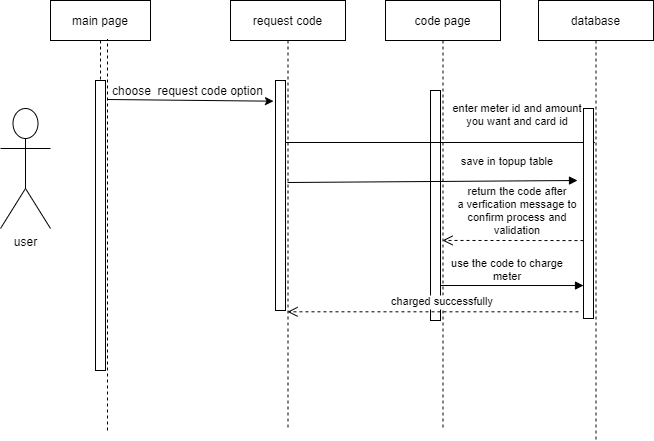
Earlier version of the draw.io export seqhcharge.png (shamaabuhassan/Charts). Source tidied: cells renumbered, new cells last; positions are measured from the earlier drawing's top-left corner, leaving out a move shared by most shapes.
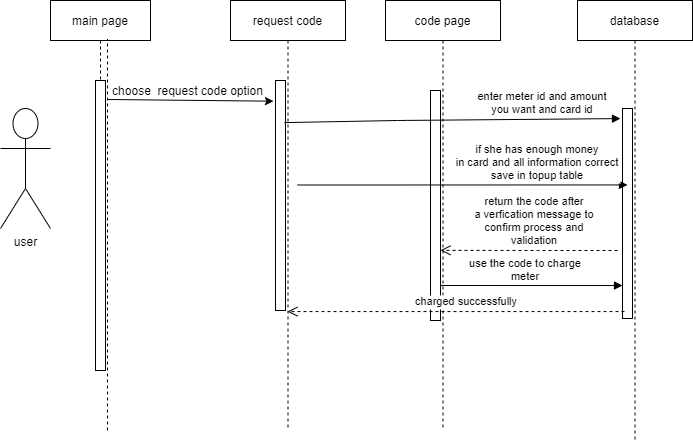
After the commit.

What changed in the source:
```diff
@@ -23,13 +23,20 @@
     <mxCell id="8" style="perimeter=orthogonalPerimeter;rounded=0;shadow=0;strokeWidth=1;" parent="7" vertex="1">
       <mxGeometry x="45" y="90" width="10" height="230" as="geometry" />
     </mxCell>
-    <mxCell id="9" value="enter meter id and amount&#10;you want and card id" style="verticalAlign=bottom;endArrow=block;shadow=0;strokeWidth=1;" parent="1" edge="1" target="12">
-      <mxGeometry x="0.5" y="12" relative="1" as="geometry">
-        <mxPoint x="285" y="142" as="sourcePoint" />
+    <mxCell id="9" value="enter meter id and amount&#10;you want and card id" style="verticalAlign=bottom;endArrow=block;shadow=0;strokeWidth=1;exitX=0.9;exitY=0.183;exitDx=0;exitDy=0;exitPerimeter=0;entryX=-0.2;entryY=0.048;entryDx=0;entryDy=0;entryPerimeter=0;" parent="1" edge="1" source="5" target="13">
+      <mxGeometry x="0.54" y="1" relative="1" as="geometry">
+        <Array as="points">
+          <mxPoint x="397" y="120" />
+        </Array>
       </mxGeometry>
     </mxCell>
-    <mxCell id="10" value="return the code after &#10;a verfication message to &#10;confirm process and &#10;validation" style="verticalAlign=bottom;endArrow=open;dashed=1;endSize=8;shadow=0;strokeWidth=1;entryX=0.496;entryY=0.558;entryDx=0;entryDy=0;entryPerimeter=0;exitX=0;exitY=0.629;exitDx=0;exitDy=0;exitPerimeter=0;" parent="1" edge="1" source="13" target="7">
-      <mxGeometry x="-0.06" y="-1" relative="1" as="geometry" />
+    <mxCell id="10" value="return the code after &#10;a verfication message to &#10;confirm process and &#10;validation" style="verticalAlign=bottom;endArrow=open;dashed=1;endSize=8;shadow=0;strokeWidth=1;entryX=0.478;entryY=0.581;entryDx=0;entryDy=0;entryPerimeter=0;" parent="1" edge="1" target="7">
+      <mxGeometry x="-0.06" y="-1" relative="1" as="geometry">
+        <mxPoint x="617" y="250" as="sourcePoint" />
+        <Array as="points">
+          <mxPoint x="527" y="250" />
+        </Array>
+      </mxGeometry>
     </mxCell>
     <mxCell id="11" value="use the code to charge&#10;meter" style="verticalAlign=bottom;endArrow=block;shadow=0;strokeWidth=1;entryX=0;entryY=0.843;entryDx=0;entryDy=0;entryPerimeter=0;" parent="1" edge="1" target="13">
       <mxGeometry x="-0.06" relative="1" as="geometry">
@@ -37,7 +44,7 @@
       </mxGeometry>
     </mxCell>
     <mxCell id="12" value="database" style="shape=umlLifeline;perimeter=lifelinePerimeter;rounded=0;shadow=0;strokeWidth=1;" parent="1" vertex="1">
-      <mxGeometry x="538" width="115" height="440" as="geometry" />
+      <mxGeometry x="577" width="115" height="440" as="geometry" />
     </mxCell>
     <mxCell id="13" style="points=[];perimeter=orthogonalPerimeter;rounded=0;shadow=0;strokeWidth=1;" parent="12" vertex="1">
       <mxGeometry x="45" y="108" width="10" height="210" as="geometry" />
@@ -56,16 +63,13 @@
     <mxCell id="16" value="choose&amp;nbsp; request code option" style="text;html=1;align=center;verticalAlign=middle;" parent="1" vertex="1">
       <mxGeometry x="102" y="80" width="170" height="20" as="geometry" />
     </mxCell>
-    <mxCell id="17" value="save in topup table" style="verticalAlign=bottom;endArrow=block;shadow=0;strokeWidth=1;" parent="1" edge="1">
-      <mxGeometry x="0.52" y="10" relative="1" as="geometry">
-        <mxPoint x="287" y="182" as="sourcePoint" />
-        <mxPoint x="577" y="180" as="targetPoint" />
+    <mxCell id="17" value="if she has enough money &#10;in card and all information correct&#10;save in topup table" style="verticalAlign=bottom;endArrow=block;shadow=0;strokeWidth=1;entryX=0.5;entryY=0.364;entryDx=0;entryDy=0;entryPerimeter=0;" parent="1" edge="1" target="13">
+      <mxGeometry x="0.45" relative="1" as="geometry">
+        <mxPoint x="297" y="184.5" as="sourcePoint" />
       </mxGeometry>
     </mxCell>
-    <mxCell id="18" value="charged successfully" style="verticalAlign=bottom;endArrow=open;dashed=1;endSize=8;shadow=0;strokeWidth=1;exitX=0;exitY=0.629;exitDx=0;exitDy=0;exitPerimeter=0;" parent="1" edge="1" target="4">
-      <mxGeometry x="-0.06" y="-1" relative="1" as="geometry">
-        <mxPoint x="578" y="311.3" as="sourcePoint" />
-      </mxGeometry>
+    <mxCell id="18" value="charged successfully" style="verticalAlign=bottom;endArrow=open;dashed=1;endSize=8;shadow=0;strokeWidth=1;exitX=0.2;exitY=0.967;exitDx=0;exitDy=0;exitPerimeter=0;" parent="1" edge="1" source="13" target="4">
+      <mxGeometry x="-0.06" y="-1" relative="1" as="geometry" />
     </mxCell>
   </root>
 </mxGraphModel>
```
